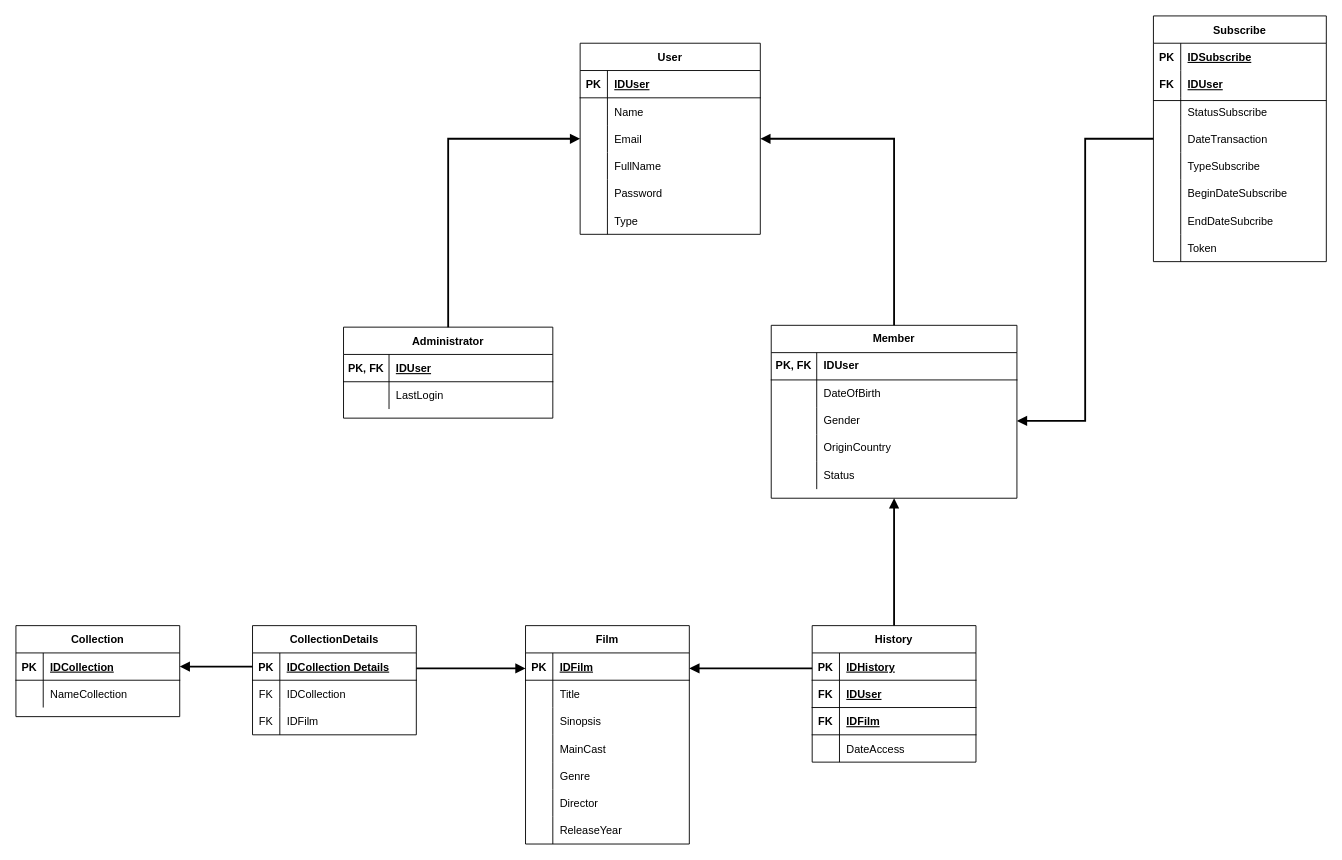
Before: page "Skema Basis Data" (2 of 2) of Rancangan.drawio in albertusangkuw/NotFlexRestAPI, a draw.io diagram. Source tidied: cells renumbered, new cells numbered last; positions are measured from the earlier drawing's top-left corner, leaving out a move shared by most shapes. Both pictures are drawn from the tidied source at 91%, with x=0, y=0 at pixel (15, 15).
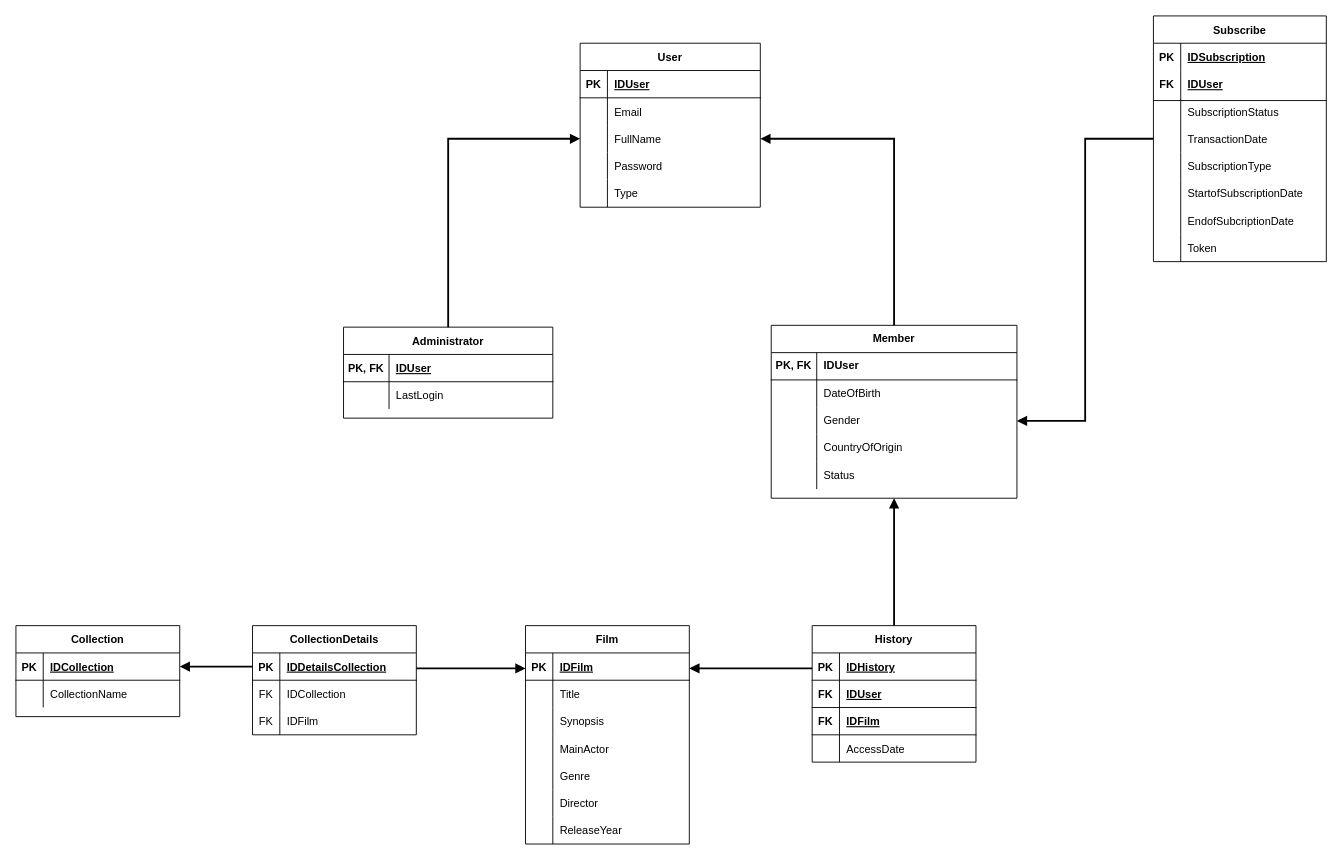
The same diagram, later.

Unchanged cells that the change refers to:
```xml
<mxCell id="3" style="shape=partialRectangle;fillColor=none;top=0;left=0;bottom=1;right=0;strokeColor=none;" parent="2" vertex="1">
  <mxGeometry y="30" width="190" height="30" as="geometry" />
</mxCell>
<mxCell id="9" style="shape=partialRectangle;fillColor=none;top=0;left=0;bottom=0;right=0;" parent="2" vertex="1">
  <mxGeometry y="90" width="190" height="30" as="geometry" />
</mxCell>
<mxCell id="12" style="shape=partialRectangle;fillColor=none;top=0;left=0;bottom=0;right=0;points=[[0,0.5],[1,0.5]];portConstraint=eastwest;" parent="2" vertex="1">
  <mxGeometry y="120" width="190" height="30" as="geometry" />
</mxCell>
<mxCell id="15" style="shape=partialRectangle;fillColor=none;top=0;left=0;bottom=0;right=0;" parent="2" vertex="1">
  <mxGeometry y="150" width="190" height="30" as="geometry" />
</mxCell>
<mxCell id="18" style="shape=partialRectangle;fillColor=none;top=0;left=0;bottom=0;right=0;" parent="2" vertex="1">
  <mxGeometry y="180" width="190" height="30" as="geometry" />
</mxCell>
<mxCell id="21" style="shape=partialRectangle;fillColor=none;top=0;left=0;bottom=0;right=0;" parent="2" vertex="1">
  <mxGeometry y="210" width="190" height="30" as="geometry" />
</mxCell>
<mxCell id="31" style="shape=partialRectangle;fillColor=none;top=0;left=0;bottom=0;right=0;" parent="27" vertex="1">
  <mxGeometry y="60" width="180" height="30" as="geometry" />
</mxCell>
<mxCell id="41" style="shape=partialRectangle;fillColor=none;top=0;left=0;bottom=0;right=0;" parent="34" vertex="1">
  <mxGeometry y="90" width="180" height="30" as="geometry" />
</mxCell>
<mxCell id="44" style="shape=partialRectangle;fillColor=none;top=0;left=0;bottom=0;right=0;" parent="34" vertex="1">
  <mxGeometry y="120" width="180" height="30" as="geometry" />
</mxCell>
<mxCell id="76" value="Administrator" style="shape=table;startSize=30;childLayout=tableLayout;rowLines=0;fontStyle=1;align=center;" parent="1" vertex="1">
  <mxGeometry x="360" y="342" width="230" height="100" as="geometry" />
</mxCell>
<mxCell id="83" value="Member" style="shape=table;html=1;whiteSpace=wrap;startSize=30;childLayout=tableLayout;rowLines=0;fontStyle=1;align=center;" parent="1" vertex="1">
  <mxGeometry x="830" y="340" width="270" height="190" as="geometry" />
</mxCell>
<mxCell id="93" style="shape=partialRectangle;html=1;whiteSpace=wrap;fillColor=none;top=0;left=0;bottom=0;right=0;" parent="83" vertex="1">
  <mxGeometry y="120" width="270" height="30" as="geometry" />
</mxCell>
<mxCell id="104" style="shape=partialRectangle;fillColor=none;top=0;left=0;bottom=1;right=0;points=[[0,0.5],[1,0.5]];portConstraint=eastwest;" parent="103" vertex="1">
  <mxGeometry y="30" width="180" height="30" as="geometry" />
</mxCell>
<mxCell id="126" style="shape=partialRectangle;fillColor=none;top=0;left=0;bottom=0;right=0;" parent="116" vertex="1">
  <mxGeometry y="120" width="180" height="30" as="geometry" />
</mxCell>
```

Change to the diagram source:
```diff
@@
-    <mxCell id="5" value="IDSubscribe" style="shape=partialRectangle;fillColor=none;top=0;left=0;bottom=0;right=0;align=left;spacingLeft=6;fontStyle=5;overflow=hidden;" parent="3" vertex="1">
+    <mxCell id="5" value="IDSubscription" style="shape=partialRectangle;fillColor=none;top=0;left=0;bottom=0;right=0;align=left;spacingLeft=6;fontStyle=5;overflow=hidden;" parent="3" vertex="1">
       <mxGeometry x="30" width="160" height="30" as="geometry" />
     </mxCell>
@@
-    <mxCell id="11" value="StatusSubscribe" style="shape=partialRectangle;fillColor=none;top=0;left=0;bottom=0;right=0;align=left;spacingLeft=6;overflow=hidden;" parent="9" vertex="1">
+    <mxCell id="11" value="SubscriptionStatus" style="shape=partialRectangle;fillColor=none;top=0;left=0;bottom=0;right=0;align=left;spacingLeft=6;overflow=hidden;" parent="9" vertex="1">
       <mxGeometry x="30" width="160" height="30" as="geometry" />
     </mxCell>
@@
-    <mxCell id="14" value="DateTransaction" style="shape=partialRectangle;fillColor=none;top=0;left=0;bottom=0;right=0;align=left;spacingLeft=6;overflow=hidden;" parent="12" vertex="1">
+    <mxCell id="14" value="TransactionDate" style="shape=partialRectangle;fillColor=none;top=0;left=0;bottom=0;right=0;align=left;spacingLeft=6;overflow=hidden;" parent="12" vertex="1">
       <mxGeometry x="30" width="160" height="30" as="geometry" />
     </mxCell>
@@
-    <mxCell id="17" value="TypeSubscribe" style="shape=partialRectangle;fillColor=none;top=0;left=0;bottom=0;right=0;align=left;spacingLeft=6;overflow=hidden;" parent="15" vertex="1">
+    <mxCell id="17" value="SubscriptionType" style="shape=partialRectangle;fillColor=none;top=0;left=0;bottom=0;right=0;align=left;spacingLeft=6;overflow=hidden;" parent="15" vertex="1">
       <mxGeometry x="30" width="160" height="30" as="geometry" />
     </mxCell>
@@
-    <mxCell id="20" value="BeginDateSubscribe" style="shape=partialRectangle;fillColor=none;top=0;left=0;bottom=0;right=0;align=left;spacingLeft=6;overflow=hidden;" parent="18" vertex="1">
+    <mxCell id="20" value="StartofSubscriptionDate" style="shape=partialRectangle;fillColor=none;top=0;left=0;bottom=0;right=0;align=left;spacingLeft=6;overflow=hidden;" parent="18" vertex="1">
       <mxGeometry x="30" width="160" height="30" as="geometry" />
     </mxCell>
@@
-    <mxCell id="23" value="EndDateSubcribe" style="shape=partialRectangle;fillColor=none;top=0;left=0;bottom=0;right=0;align=left;spacingLeft=6;overflow=hidden;" parent="21" vertex="1">
+    <mxCell id="23" value="EndofSubcriptionDate" style="shape=partialRectangle;fillColor=none;top=0;left=0;bottom=0;right=0;align=left;spacingLeft=6;overflow=hidden;" parent="21" vertex="1">
       <mxGeometry x="30" width="160" height="30" as="geometry" />
     </mxCell>
@@
-    <mxCell id="33" value="NameCollection" style="shape=partialRectangle;fillColor=none;top=0;left=0;bottom=0;right=0;align=left;spacingLeft=6;overflow=hidden;" parent="31" vertex="1">
+    <mxCell id="33" value="CollectionName" style="shape=partialRectangle;fillColor=none;top=0;left=0;bottom=0;right=0;align=left;spacingLeft=6;overflow=hidden;" parent="31" vertex="1">
       <mxGeometry x="30" width="150" height="30" as="geometry" />
     </mxCell>
@@
-    <mxCell id="43" value="Sinopsis" style="shape=partialRectangle;fillColor=none;top=0;left=0;bottom=0;right=0;align=left;spacingLeft=6;overflow=hidden;" parent="41" vertex="1">
+    <mxCell id="43" value="Synopsis" style="shape=partialRectangle;fillColor=none;top=0;left=0;bottom=0;right=0;align=left;spacingLeft=6;overflow=hidden;" parent="41" vertex="1">
       <mxGeometry x="30" width="150" height="30" as="geometry" />
     </mxCell>
@@
-    <mxCell id="46" value="MainCast" style="shape=partialRectangle;fillColor=none;top=0;left=0;bottom=0;right=0;align=left;spacingLeft=6;overflow=hidden;" parent="44" vertex="1">
+    <mxCell id="46" value="MainActor" style="shape=partialRectangle;fillColor=none;top=0;left=0;bottom=0;right=0;align=left;spacingLeft=6;overflow=hidden;" parent="44" vertex="1">
       <mxGeometry x="30" width="150" height="30" as="geometry" />
     </mxCell>
@@
     <mxCell id="57" value="User" style="shape=table;startSize=30;childLayout=tableLayout;rowLines=0;fontStyle=1;align=center;" parent="1" vertex="1">
-      <mxGeometry x="620" y="30" width="198" height="210" as="geometry" />
+      <mxGeometry x="620" y="30" width="198" height="180.2" as="geometry" />
     </mxCell>
@@
-    <mxCell id="61" style="shape=partialRectangle;fillColor=none;top=0;left=0;bottom=0;right=0;" parent="57" vertex="1">
-      <mxGeometry y="60" width="198" height="30" as="geometry" />
-    </mxCell>
-    <mxCell id="62" style="shape=partialRectangle;fillColor=none;top=0;left=0;bottom=0;right=0;overflow=hidden;" parent="61" vertex="1">
-      <mxGeometry width="30" height="30" as="geometry" />
-    </mxCell>
-    <mxCell id="63" value="Name" style="shape=partialRectangle;fillColor=none;top=0;left=0;bottom=0;right=0;align=left;spacingLeft=6;overflow=hidden;" parent="61" vertex="1">
-      <mxGeometry x="30" width="168" height="30" as="geometry" />
-    </mxCell>
     <mxCell id="64" style="shape=partialRectangle;fillColor=none;top=0;left=0;bottom=0;right=0;points=[[0,0.5],[1,0.5]];portConstraint=eastwest;" parent="57" vertex="1">
-      <mxGeometry y="90" width="198" height="30" as="geometry" />
+      <mxGeometry y="60" width="198" height="30" as="geometry" />
     </mxCell>
@@
     <mxCell id="67" style="shape=partialRectangle;fillColor=none;top=0;left=0;bottom=0;right=0;points=[[0,0.5],[1,0.5]];portConstraint=eastwest;" parent="57" vertex="1">
-      <mxGeometry y="120" width="198" height="30" as="geometry" />
+      <mxGeometry y="90" width="198" height="30" as="geometry" />
     </mxCell>
@@
     <mxCell id="70" style="shape=partialRectangle;fillColor=none;top=0;left=0;bottom=0;right=0;" parent="57" vertex="1">
-      <mxGeometry y="150" width="198" height="30" as="geometry" />
+      <mxGeometry y="120" width="198" height="30" as="geometry" />
     </mxCell>
@@
     <mxCell id="73" style="shape=partialRectangle;fillColor=none;top=0;left=0;bottom=0;right=0;" parent="57" vertex="1">
-      <mxGeometry y="180" width="198" height="30" as="geometry" />
+      <mxGeometry y="150" width="198" height="30" as="geometry" />
     </mxCell>
@@
-    <mxCell id="95" value="OriginCountry" style="shape=partialRectangle;html=1;whiteSpace=wrap;fillColor=none;top=0;left=0;bottom=0;right=0;align=left;spacingLeft=6;overflow=hidden;" parent="93" vertex="1">
+    <mxCell id="95" value="CountryOfOrigin" style="shape=partialRectangle;html=1;whiteSpace=wrap;fillColor=none;top=0;left=0;bottom=0;right=0;align=left;spacingLeft=6;overflow=hidden;" parent="93" vertex="1">
       <mxGeometry x="50" width="220" height="30" as="geometry" />
     </mxCell>
@@
-    <mxCell id="99" style="endArrow=block;html=1;exitX=0.5;exitY=0;exitDx=0;exitDy=0;entryX=0;entryY=0.5;entryDx=0;entryDy=0;rounded=0;endFill=1;startArrow=none;startFill=0;jumpSize=7;strokeWidth=2;" parent="1" edge="1" source="76" target="64">
+    <mxCell id="99" style="endArrow=block;html=1;exitX=0.5;exitY=0;exitDx=0;exitDy=0;entryX=0;entryY=0.5;entryDx=0;entryDy=0;rounded=0;endFill=1;startArrow=none;startFill=0;jumpSize=7;strokeWidth=2;" parent="1" edge="1" source="76" target="67">
       <mxGeometry relative="1" as="geometry">
         <Array as="points">
           <mxPoint x="475" y="135" />
         </Array>
       </mxGeometry>
     </mxCell>
-    <mxCell id="100" style="endArrow=block;html=1;exitX=0.5;exitY=0;exitDx=0;exitDy=0;entryX=1;entryY=0.5;entryDx=0;entryDy=0;startArrow=none;startFill=0;endFill=1;strokeWidth=2;rounded=0;" parent="1" edge="1" source="83" target="64">
+    <mxCell id="100" style="endArrow=block;html=1;exitX=0.5;exitY=0;exitDx=0;exitDy=0;startArrow=none;startFill=0;endFill=1;strokeWidth=2;rounded=0;" parent="1" edge="1" source="83" target="67">
       <mxGeometry relative="1" as="geometry">
         <Array as="points">
           <mxPoint x="965" y="135" />
         </Array>
       </mxGeometry>
     </mxCell>
@@
-    <mxCell id="106" value="IDCollection Details" style="shape=partialRectangle;fillColor=none;top=0;left=0;bottom=0;right=0;align=left;spacingLeft=6;fontStyle=5;overflow=hidden;" parent="104" vertex="1">
+    <mxCell id="106" value="IDDetailsCollection" style="shape=partialRectangle;fillColor=none;top=0;left=0;bottom=0;right=0;align=left;spacingLeft=6;fontStyle=5;overflow=hidden;" parent="104" vertex="1">
       <mxGeometry x="30" width="150" height="30" as="geometry" />
     </mxCell>
@@
-    <mxCell id="128" value="DateAccess" style="shape=partialRectangle;fillColor=none;top=0;left=0;bottom=0;right=0;align=left;spacingLeft=6;overflow=hidden;" parent="126" vertex="1">
+    <mxCell id="128" value="AccessDate" style="shape=partialRectangle;fillColor=none;top=0;left=0;bottom=0;right=0;align=left;spacingLeft=6;overflow=hidden;" parent="126" vertex="1">
       <mxGeometry x="30" width="150" height="30" as="geometry" />
     </mxCell>
```
